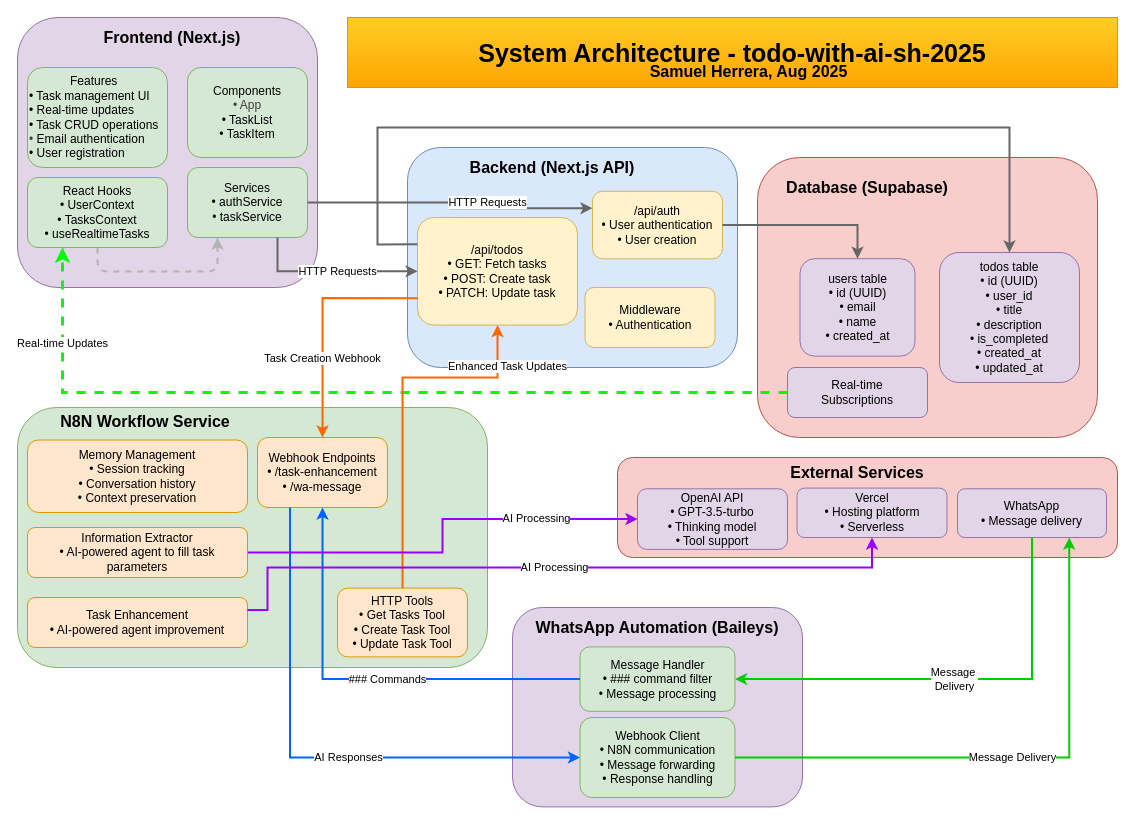
SamuelHerrera/todo-with-ai-sh-2025 keeps this draw.io diagram as system-architecture-diagram.drawio. Above is the earlier version. Source tidied: cells renumbered, new cells numbered last; positions are measured from the earlier drawing's top-left corner, leaving out a move shared by most shapes. Both pictures are drawn from the tidied source at 100%, with x=0, y=0 at pixel (17, 17).
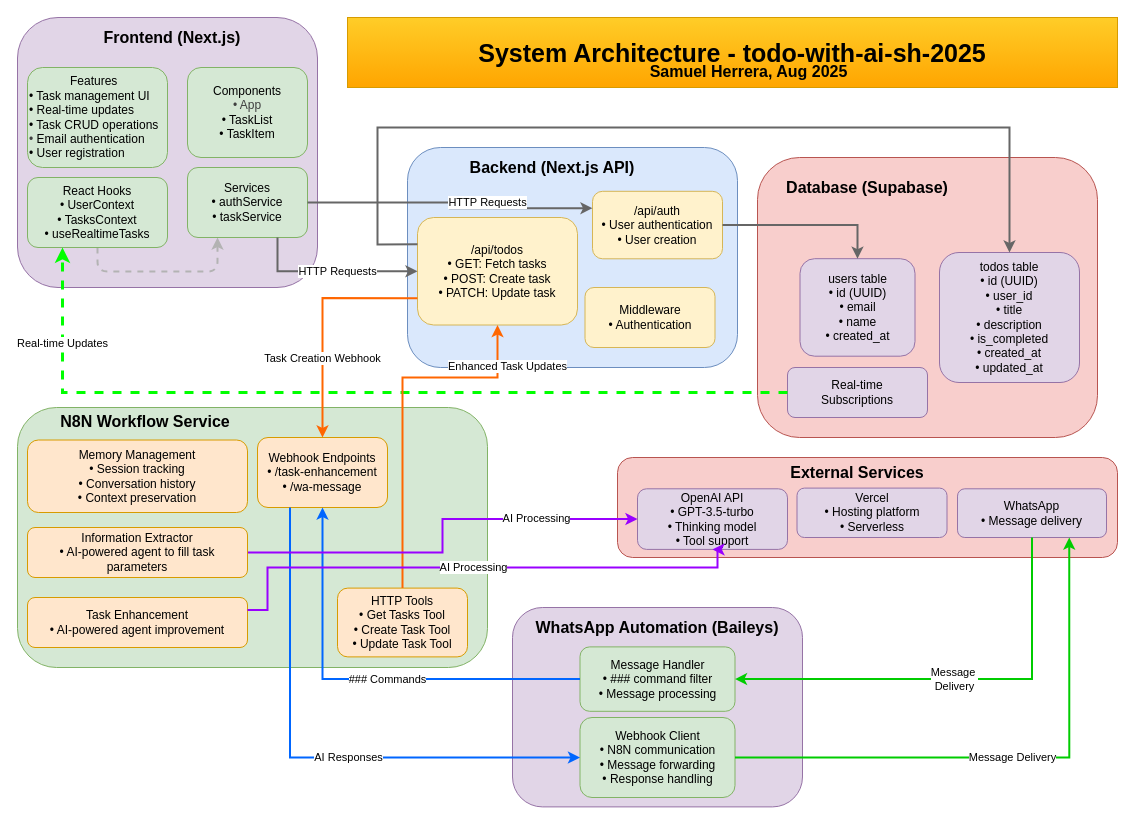
The same diagram, later.

Commit message:
Update system architecture diagram to enhance layout and clarify component connections

The change refers to these unchanged cells:
```xml
<mxCell id="22" value="Task Enhancement&lt;br&gt;• AI-powered agent improvement" style="rounded=1;whiteSpace=wrap;html=1;fillColor=#ffe6cc;strokeColor=#d79b00;" parent="1" vertex="1">
  <mxGeometry x="10" y="580" width="220" height="50" as="geometry" />
</mxCell>
<mxCell id="32" value="OpenAI API&lt;br&gt;• GPT-3.5-turbo&lt;br&gt;• Thinking model&lt;div&gt;&lt;span style=&quot;color: rgb(0, 0, 0);&quot;&gt;• Tool support&lt;/span&gt;&lt;/div&gt;" style="rounded=1;whiteSpace=wrap;html=1;fillColor=#e1d5e7;strokeColor=#9673a6;" parent="1" vertex="1">
  <mxGeometry x="620" y="471.3" width="150" height="60.6" as="geometry" />
</mxCell>
<mxCell id="34" value="Vercel&lt;br&gt;• Hosting platform&lt;br&gt;• Serverless" style="rounded=1;whiteSpace=wrap;html=1;fillColor=#e1d5e7;strokeColor=#9673a6;" parent="1" vertex="1">
  <mxGeometry x="779.5" y="470.6" width="150" height="49.4" as="geometry" />
</mxCell>
```

Diff of the diagram source:
```diff
@@
-    <mxCell id="47" value="AI Processing" style="edgeStyle=orthogonalEdgeStyle;rounded=0;jettySize=auto;html=1;strokeColor=#9900ff;strokeWidth=2;exitX=1;exitY=0.25;exitDx=0;exitDy=0;entryX=0.5;entryY=1;entryDx=0;entryDy=0;" parent="1" edge="1" source="22" target="34">
+    <mxCell id="47" value="AI Processing" style="edgeStyle=orthogonalEdgeStyle;rounded=0;jettySize=auto;html=1;strokeColor=#9900ff;strokeWidth=2;exitX=1;exitY=0.25;exitDx=0;exitDy=0;entryX=0.5;entryY=1;entryDx=0;entryDy=0;" parent="1" edge="1" source="22" target="32">
       <mxGeometry relative="1" as="geometry">
         <Array as="points">
           <mxPoint x="250" y="592" />
           <mxPoint x="250" y="550" />
-          <mxPoint x="854" y="550" />
+          <mxPoint x="700" y="550" />
+          <mxPoint x="700" y="532" />
         </Array>
       </mxGeometry>
     </mxCell>
```
